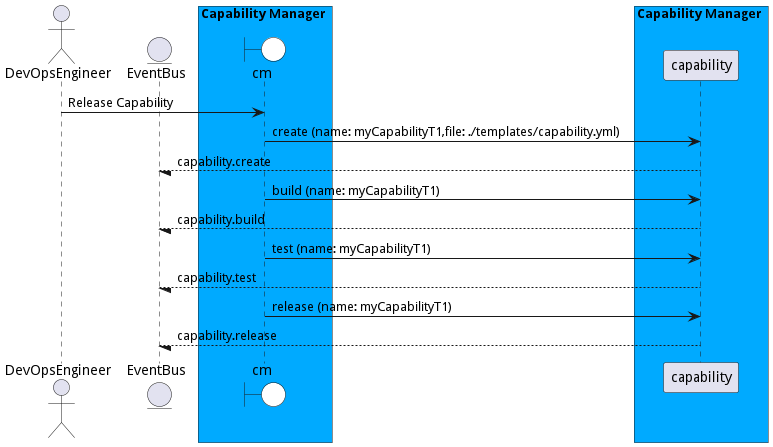
Earlier version of the PlantUML export docs/sabr/aml/cm/usecases/developcapability/ReleaseCapability.png (madajaju/sabr). The source it was exported from:
```plantuml
@startuml

actor "DevOpsEngineer"


entity EventBus

box Capability Manager #00aaff
    boundary cm #white
end box


box Capability Manager #00aaff
            participant capability
    end box


"DevOpsEngineer" -> cm: Release Capability

    cm -> "capability": create (name: myCapabilityT1,file: ./templates/capability.yml)

    "capability" --/ EventBus: capability.create

    cm -> "capability": build (name: myCapabilityT1)

    "capability" --/ EventBus: capability.build

    cm -> "capability": test (name: myCapabilityT1)

    "capability" --/ EventBus: capability.test

    cm -> "capability": release (name: myCapabilityT1)

    "capability" --/ EventBus: capability.release



@enduml
```
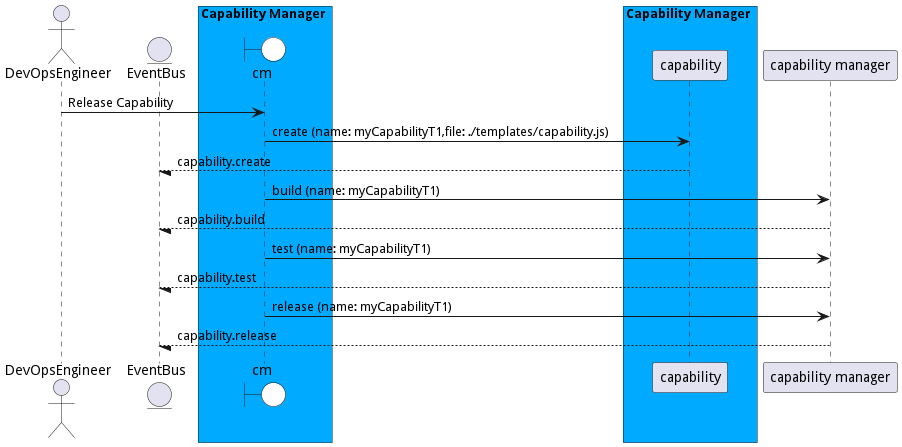
The same file after the commit.

What changed in the source:
```diff
@@ -17,21 +17,21 @@
 
 "DevOpsEngineer" -> cm: Release Capability
 
-    cm -> "capability": create (name: myCapabilityT1,file: ./templates/capability.yml)
+    cm -> "capability": create (name: myCapabilityT1,file: ./templates/capability.js)
 
     "capability" --/ EventBus: capability.create
 
-    cm -> "capability": build (name: myCapabilityT1)
+    cm -> "capability manager": build (name: myCapabilityT1)
 
-    "capability" --/ EventBus: capability.build
+    "capability manager" --/ EventBus: capability.build
 
-    cm -> "capability": test (name: myCapabilityT1)
+    cm -> "capability manager": test (name: myCapabilityT1)
 
-    "capability" --/ EventBus: capability.test
+    "capability manager" --/ EventBus: capability.test
 
-    cm -> "capability": release (name: myCapabilityT1)
+    cm -> "capability manager": release (name: myCapabilityT1)
 
-    "capability" --/ EventBus: capability.release
+    "capability manager" --/ EventBus: capability.release
 
 
 
```
